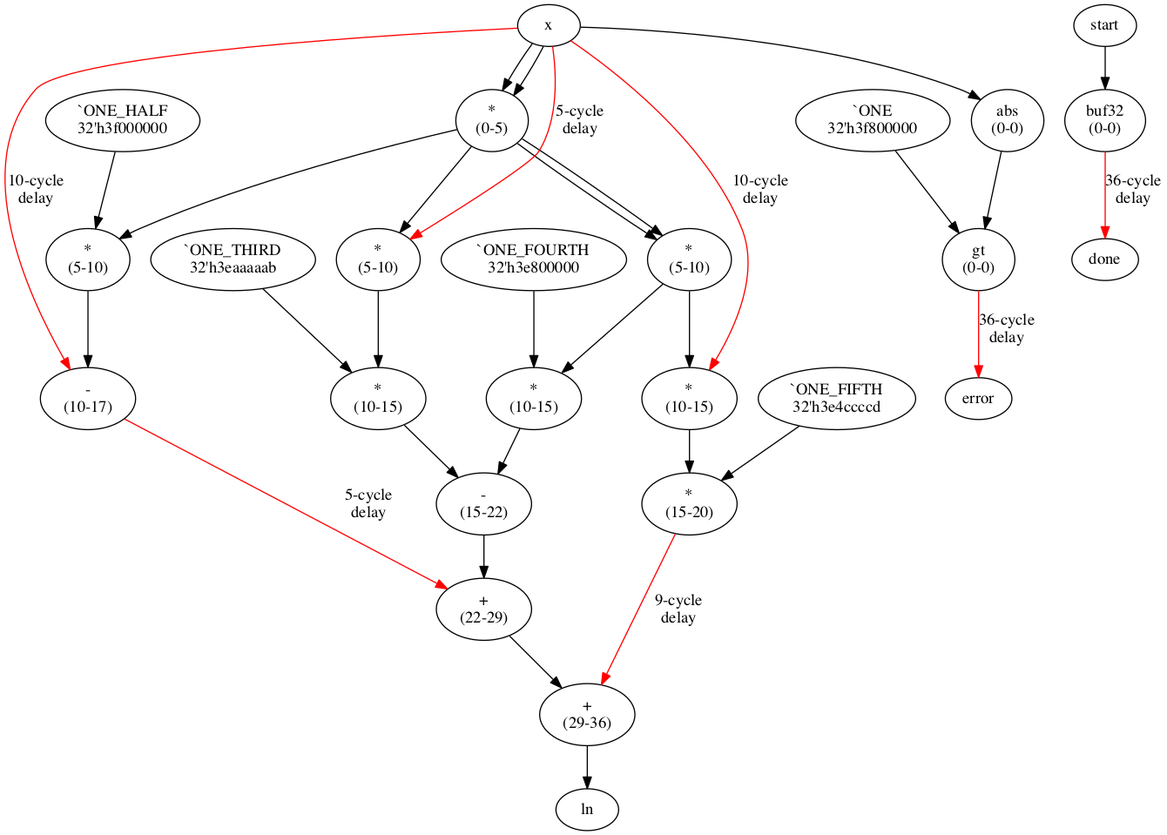
jpouellet/pipeliner keeps this Graphviz diagram as examples/ln_latency_core.png. Above is the earlier version. Its source is kept beside it as examples/ln_latency_core.gv.
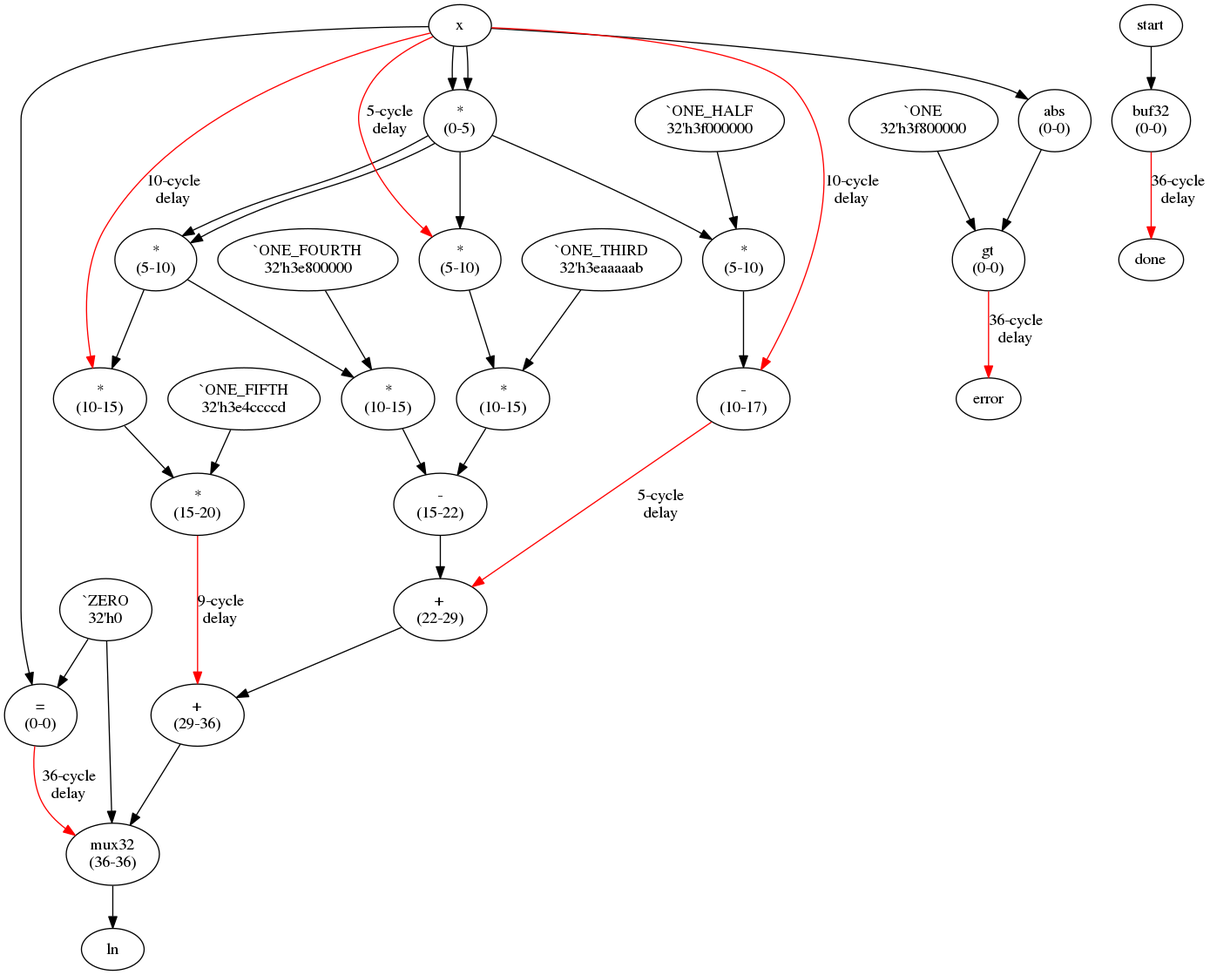
Later version of the same file.

The edit, as a diff of the source:
```diff
@@ -1,14 +1,16 @@
 digraph {
+	"ONE_FOURTH" [label="`ONE_FOURTH
+32'h3e800000"]
+	"ONE" [label="`ONE
+32'h3f800000"]
+	"ZERO" [label="`ZERO
+32'h0"]
+	"ONE_FIFTH" [label="`ONE_FIFTH
+32'h3e4ccccd"]
 	"ONE_HALF" [label="`ONE_HALF
 32'h3f000000"]
 	"ONE_THIRD" [label="`ONE_THIRD
 32'h3eaaaaab"]
-	"ONE_FOURTH" [label="`ONE_FOURTH
-32'h3e800000"]
-	"ONE_FIFTH" [label="`ONE_FIFTH
-32'h3e4ccccd"]
-	"ONE" [label="`ONE
-32'h3f800000"]
 	"ln output" [label="ln"]
 	"done output" [label="done"]
 	"error output" [label="error"]
@@ -40,8 +42,12 @@
 (15-20)"]
 	"s1234" [label="+
 (22-29)"]
-	"ln" [label="+
+	"_ln" [label="+
 (29-36)"]
+	"exact0" [label="=
+(0-0)"]
+	"ln" [label="mux32
+(36-36)"]
 	"start" -> "done";
 	"x" -> "x_abs";
 	"x_abs" -> "error";
@@ -68,8 +74,13 @@
 	"ONE_FIFTH" -> "t5";
 	"s12" -> "s1234" [label="5-cycle\ndelay", color=red];
 	"s34" -> "s1234";
-	"s1234" -> "ln";
-	"t5" -> "ln" [label="9-cycle\ndelay", color=red];
+	"s1234" -> "_ln";
+	"t5" -> "_ln" [label="9-cycle\ndelay", color=red];
+	"x" -> "exact0";
+	"ZERO" -> "exact0";
+	"exact0" -> "ln" [label="36-cycle\ndelay", color=red];
+	"ZERO" -> "ln";
+	"_ln" -> "ln";
 	"ln" -> "ln output";
 	"done" -> "done output" [label="36-cycle\ndelay", color=red];
 	"error" -> "error output" [label="36-cycle\ndelay", color=red];
```
